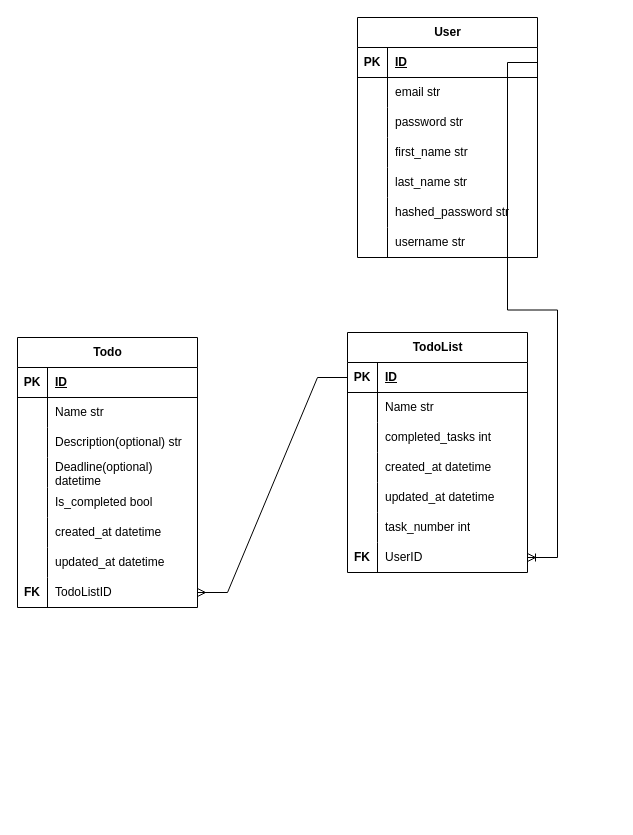
The draw.io diagram Todo_list_app.drawio in lexynovicecoder/Todo_list_app, before the edit. Source tidied: cells renumbered, new cells numbered last; positions are measured from the earlier drawing's top-left corner, leaving out a move shared by most shapes. Both pictures are drawn from the tidied source at 100%, with x=0, y=0 at pixel (17, 17).
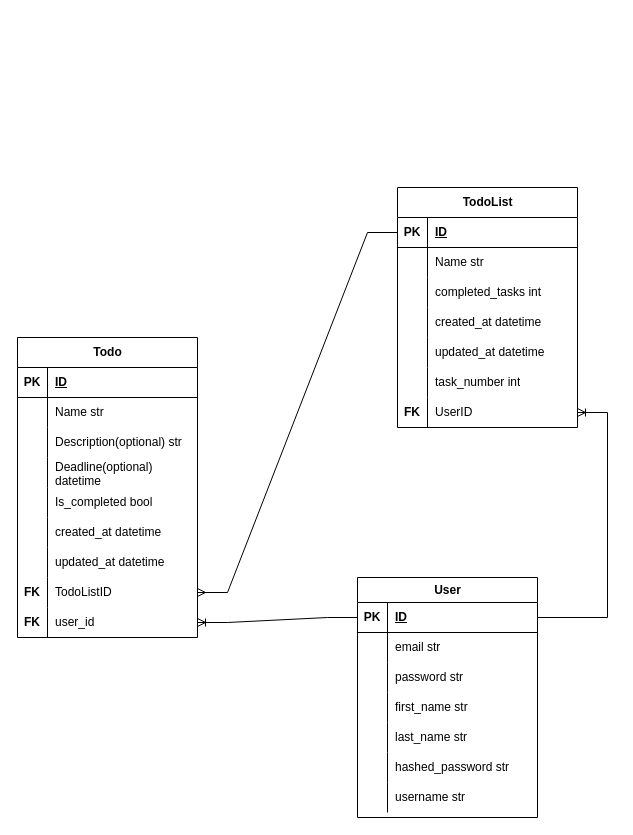
The same page after the edit.

Unchanged cells that the change refers to:
```xml
<mxCell id="46" style="shape=tableRow;horizontal=0;startSize=0;swimlaneHead=0;swimlaneBody=0;fillColor=none;points=[[0,0.5],[1,0.5]];portConstraint=eastwest;top=0;left=0;right=0;bottom=0;" parent="27" vertex="1">
  <mxGeometry y="210" width="180" height="30" as="geometry" />
</mxCell>
```

Diff of the diagram source:
```diff
@@
     <mxCell id="2" value="Todo" style="shape=table;startSize=30;childLayout=tableLayout;rowLines=0;fontStyle=1;align=center;html=1;" parent="1" vertex="1">
-      <mxGeometry y="320" width="180" height="270" as="geometry" />
+      <mxGeometry y="320" width="180" height="300" as="geometry" />
     </mxCell>
@@
+    <mxCell id="73" style="shape=tableRow;horizontal=0;startSize=0;swimlaneHead=0;swimlaneBody=0;fillColor=none;points=[[0,0.5],[1,0.5]];portConstraint=eastwest;top=0;left=0;right=0;bottom=0;" parent="2" vertex="1">
+      <mxGeometry y="270" width="180" height="30" as="geometry" />
+    </mxCell>
+    <mxCell id="74" value="&lt;b&gt;FK&lt;/b&gt;" style="shape=partialRectangle;fillColor=none;top=0;left=0;bottom=0;right=0;overflow=hidden;whiteSpace=wrap;html=1;" parent="73" vertex="1">
+      <mxGeometry width="30" height="30" as="geometry" />
+    </mxCell>
+    <mxCell id="75" value="user_id" style="shape=partialRectangle;fillColor=none;top=0;left=0;bottom=0;right=0;align=left;spacingLeft=6;overflow=hidden;whiteSpace=wrap;html=1;" parent="73" vertex="1">
+      <mxGeometry x="30" width="150" height="30" as="geometry" />
+    </mxCell>
     <mxCell id="27" value="TodoList" style="shape=table;startSize=30;childLayout=tableLayout;rowLines=0;fontStyle=1;align=center;html=1;" parent="1" vertex="1">
-      <mxGeometry x="330" y="315" width="180" height="240" as="geometry" />
+      <mxGeometry x="380" y="170" width="180" height="240" as="geometry" />
     </mxCell>
@@
+    <mxCell id="72" style="edgeStyle=entityRelationEdgeStyle;fontSize=12;html=1;endArrow=ERoneToMany;rounded=0;exitX=1;exitY=0.5;exitDx=0;exitDy=0;" parent="1" edge="1" source="51" target="46">
+      <mxGeometry relative="1" as="geometry">
+        <Array as="points">
+          <mxPoint x="670" y="295" />
+          <mxPoint x="520" y="170" />
+          <mxPoint x="660" y="295" />
+        </Array>
+      </mxGeometry>
+    </mxCell>
+    <mxCell id="76" style="edgeStyle=entityRelationEdgeStyle;fontSize=12;html=1;endArrow=ERoneToMany;rounded=0;" parent="1" edge="1" source="51" target="73">
+      <mxGeometry relative="1" as="geometry" />
+    </mxCell>
-    <mxCell id="50" value="User" style="shape=table;startSize=30;childLayout=tableLayout;rowLines=0;fontStyle=1;align=center;html=1;" parent="1" vertex="1">
-      <mxGeometry x="340" width="180" height="240" as="geometry" />
+    <mxCell id="50" value="User" style="shape=table;startSize=25;childLayout=tableLayout;rowLines=0;fontStyle=1;align=center;html=1;" parent="1" vertex="1">
+      <mxGeometry x="340" y="560" width="180" height="240" as="geometry" />
     </mxCell>
     <mxCell id="51" style="shape=tableRow;horizontal=0;startSize=0;swimlaneHead=0;swimlaneBody=0;fillColor=none;points=[[0,0.5],[1,0.5]];portConstraint=eastwest;top=0;left=0;right=0;bottom=1;" parent="50" vertex="1">
-      <mxGeometry y="30" width="180" height="30" as="geometry" />
+      <mxGeometry y="25" width="180" height="30" as="geometry" />
     </mxCell>
@@
     <mxCell id="54" style="shape=tableRow;horizontal=0;startSize=0;swimlaneHead=0;swimlaneBody=0;fillColor=none;top=0;left=0;right=0;bottom=0;" parent="50" vertex="1">
-      <mxGeometry y="60" width="180" height="30" as="geometry" />
+      <mxGeometry y="55" width="180" height="30" as="geometry" />
     </mxCell>
@@
     <mxCell id="57" style="shape=tableRow;horizontal=0;startSize=0;swimlaneHead=0;swimlaneBody=0;fillColor=none;top=0;left=0;right=0;bottom=0;" parent="50" vertex="1">
-      <mxGeometry y="90" width="180" height="30" as="geometry" />
+      <mxGeometry y="85" width="180" height="30" as="geometry" />
     </mxCell>
@@
     <mxCell id="60" style="shape=tableRow;horizontal=0;startSize=0;swimlaneHead=0;swimlaneBody=0;fillColor=none;top=0;left=0;right=0;bottom=0;" parent="50" vertex="1">
-      <mxGeometry y="120" width="180" height="30" as="geometry" />
+      <mxGeometry y="115" width="180" height="30" as="geometry" />
     </mxCell>
@@
     <mxCell id="63" style="shape=tableRow;horizontal=0;startSize=0;swimlaneHead=0;swimlaneBody=0;fillColor=none;top=0;left=0;right=0;bottom=0;" parent="50" vertex="1">
-      <mxGeometry y="150" width="180" height="30" as="geometry" />
+      <mxGeometry y="145" width="180" height="30" as="geometry" />
     </mxCell>
@@
     <mxCell id="66" style="shape=tableRow;horizontal=0;startSize=0;swimlaneHead=0;swimlaneBody=0;fillColor=none;top=0;left=0;right=0;bottom=0;" parent="50" vertex="1">
-      <mxGeometry y="180" width="180" height="30" as="geometry" />
+      <mxGeometry y="175" width="180" height="30" as="geometry" />
     </mxCell>
@@
     <mxCell id="69" style="shape=tableRow;horizontal=0;startSize=0;swimlaneHead=0;swimlaneBody=0;fillColor=none;top=0;left=0;right=0;bottom=0;" parent="50" vertex="1">
-      <mxGeometry y="210" width="180" height="30" as="geometry" />
+      <mxGeometry y="205" width="180" height="30" as="geometry" />
     </mxCell>
@@
-    <mxCell id="72" style="edgeStyle=entityRelationEdgeStyle;fontSize=12;html=1;endArrow=ERoneToMany;rounded=0;exitX=1;exitY=0.5;exitDx=0;exitDy=0;entryX=1;entryY=0.5;entryDx=0;entryDy=0;" parent="1" edge="1" source="51" target="46">
-      <mxGeometry relative="1" as="geometry">
-        <Array as="points">
-          <mxPoint x="670" y="295" />
-          <mxPoint x="660" y="295" />
-        </Array>
-      </mxGeometry>
-    </mxCell>
```
